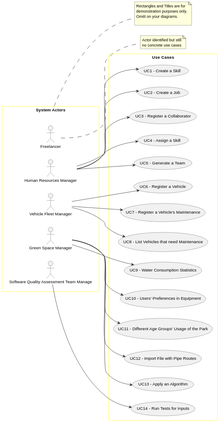
Earlier version of the PlantUML export docs/sprint3/global-artifacts/01.requirements-engineering/svg/use-case-diagram.svg (tiagosoa/lei-24-s2-1dgh-g073). Source of this version:
```plantuml
@startuml
skinparam packageStyle rectangle

skinparam rectangle{
    BorderColor yellow
}


left to right direction

rectangle "System Actors" as actors {
    actor Freelancer
    actor "Human Resources Manager" as HRM
    actor "Vehicle Fleet Manager" as VFM
    actor "Green Space Manager" as GSM
    actor "Software Quality Assessment Team Manage" as QAM
}


note right of Freelancer
    Actor identified but still
    no concrete use cases
end note

rectangle "Use Cases" as usecases{
    usecase "UC1 - Create a Skill" as UC1
    usecase "UC2 - Create a Job" as UC2
    usecase "UC3 - Register a Collaborator" as UC3
    usecase "UC4 - Assign a Skill" as UC4
    usecase "UC5 - Generate a Team" as UC5
    usecase "UC6 - Register a Vehicle" as UC6
    usecase "UC7 - Register a Vehicle's Maintenance" as UC7
    usecase "UC8 - List Vehicles that need Maintenance" as UC8
    usecase "UC9 - Water Consumption Statistics" as UC9
    usecase "UC10 - Users' Preferences in Equipment" as UC10
    usecase "UC11 - Different Age Groups' Usage of the Park" as UC11
    usecase "UC12 - Import File with Pipe Routes" as UC12
    usecase "UC13 - Apply an Algorithm" as UC13
    usecase "UC14 - Run Tests for Inputs" as UC14

    HRM --> UC1
    HRM --> UC2
    HRM --> UC3
    HRM --> UC4
    HRM --> UC5
    VFM --> UC6
    VFM --> UC7
    VFM --> UC8
    GSM --> UC9
    GSM --> UC10
    GSM --> UC11
    GSM --> UC12
    GSM --> UC13
    QAM --> UC14


}
note right of actors
    Rectangles and Titles are for
    demonstration purposes only.
    Omitt on your diagrams.

end note
@enduml
```
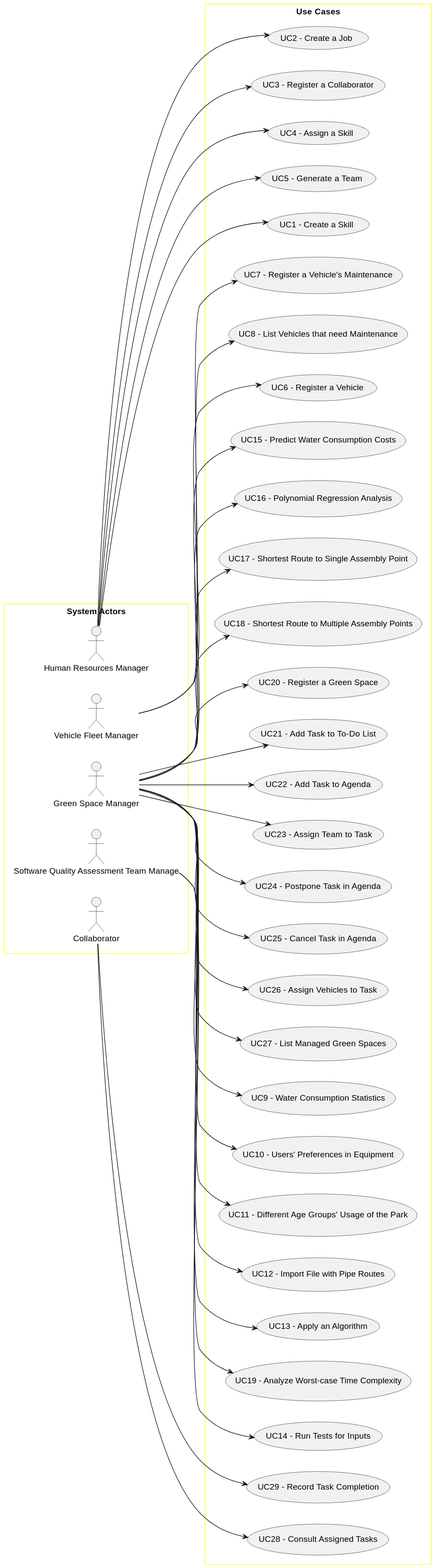
Above is the later version.

The edit, as a diff of the source:
```diff
@@ -9,20 +9,14 @@
 left to right direction
 
 rectangle "System Actors" as actors {
-    actor Freelancer
     actor "Human Resources Manager" as HRM
     actor "Vehicle Fleet Manager" as VFM
     actor "Green Space Manager" as GSM
     actor "Software Quality Assessment Team Manage" as QAM
+    actor "Collaborator" as Collaborator
 }
 
-
-note right of Freelancer
-    Actor identified but still
-    no concrete use cases
-end note
-
-rectangle "Use Cases" as usecases{
+rectangle "Use Cases" as usecases {
     usecase "UC1 - Create a Skill" as UC1
     usecase "UC2 - Create a Job" as UC2
     usecase "UC3 - Register a Collaborator" as UC3
@@ -37,6 +31,21 @@
     usecase "UC12 - Import File with Pipe Routes" as UC12
     usecase "UC13 - Apply an Algorithm" as UC13
     usecase "UC14 - Run Tests for Inputs" as UC14
+    usecase "UC15 - Predict Water Consumption Costs" as UC15
+    usecase "UC16 - Polynomial Regression Analysis" as UC16
+    usecase "UC17 - Shortest Route to Single Assembly Point" as UC17
+    usecase "UC18 - Shortest Route to Multiple Assembly Points" as UC18
+    usecase "UC19 - Analyze Worst-case Time Complexity" as UC19
+    usecase "UC20 - Register a Green Space" as UC20
+    usecase "UC21 - Add Task to To-Do List" as UC21
+    usecase "UC22 - Add Task to Agenda" as UC22
+    usecase "UC23 - Assign Team to Task" as UC23
+    usecase "UC24 - Postpone Task in Agenda" as UC24
+    usecase "UC25 - Cancel Task in Agenda" as UC25
+    usecase "UC26 - Assign Vehicles to Task" as UC26
+    usecase "UC27 - List Managed Green Spaces" as UC27
+    usecase "UC28 - Consult Assigned Tasks" as UC28
+    usecase "UC29 - Record Task Completion" as UC29
 
     HRM --> UC1
     HRM --> UC2
@@ -52,13 +61,21 @@
     GSM --> UC12
     GSM --> UC13
     QAM --> UC14
-
+    GSM --> UC15
+    GSM --> UC16
+    GSM --> UC17
+    GSM --> UC18
+    QAM --> UC19
+    GSM --> UC20
+    GSM --> UC21
+    GSM --> UC22
+    GSM --> UC23
+    GSM --> UC24
+    GSM --> UC25
+    GSM --> UC26
+    GSM --> UC27
+    Collaborator --> UC28
+    Collaborator --> UC29
 
 }
-note right of actors
-    Rectangles and Titles are for
-    demonstration purposes only.
-    Omitt on your diagrams.
-
-end note
 @enduml
```
